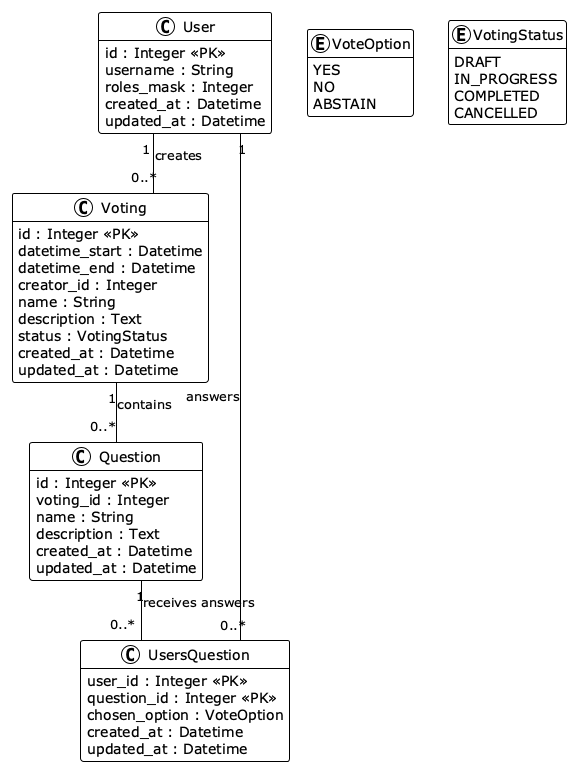
Before: docs/diagrams/Voting System Class Diagram.png, a diagram exported from PlantUML (jacky32/slovjani).
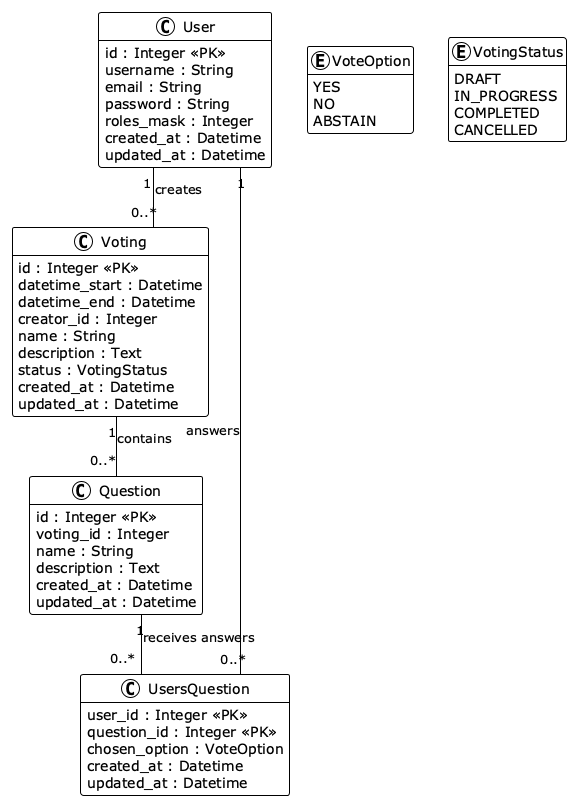
The same file after the commit.

The edit, as a diff of the source:
```diff
@@ -6,6 +6,8 @@
 class User {
   id : Integer <<PK>>
   username : String
+  email : String
+  password : String
   roles_mask : Integer
   created_at : Datetime
   updated_at : Datetime
```
